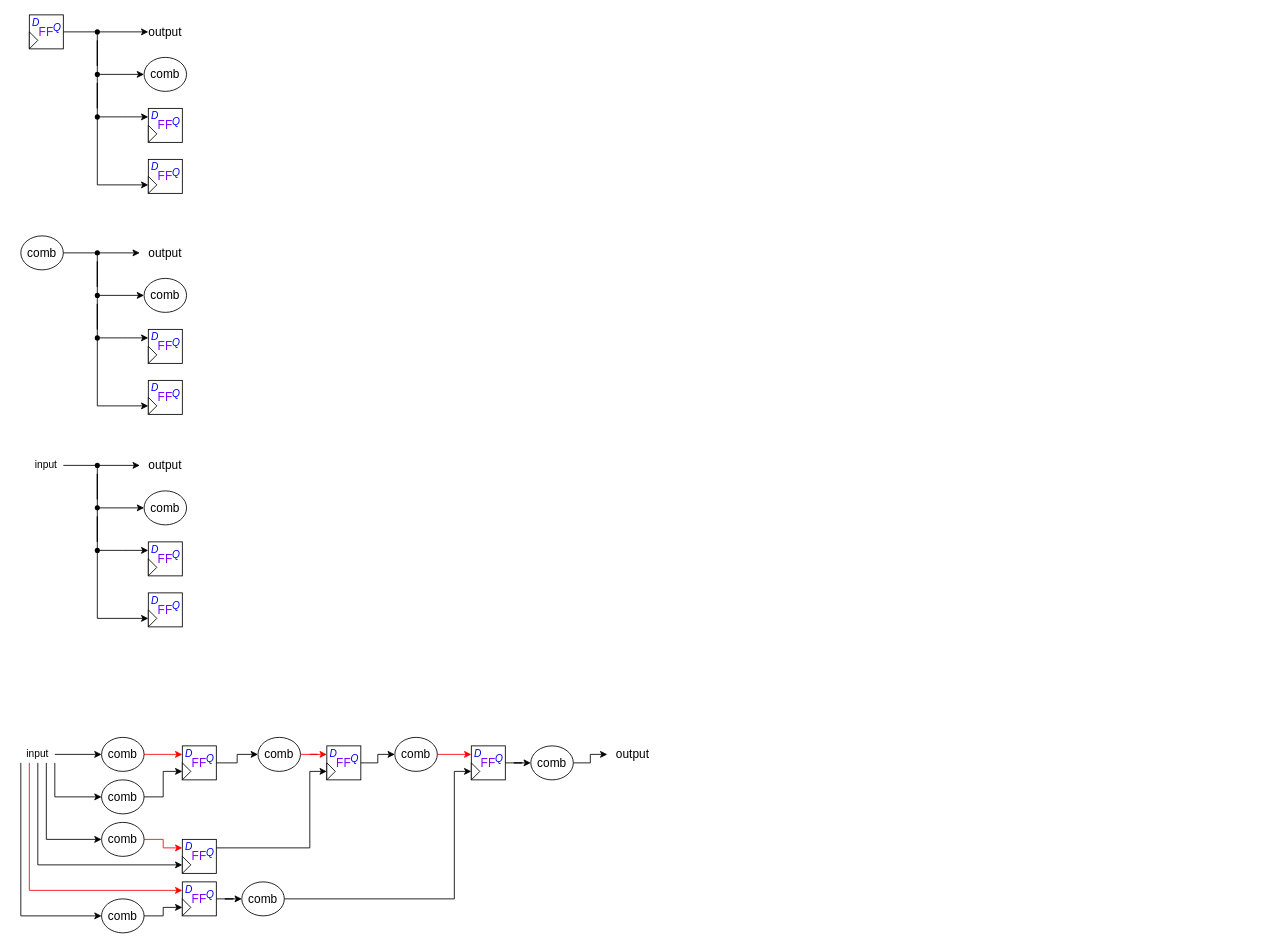
The draw.io diagram verilator_digrams/Emulator_07.drawio in Dercury/CLDK, before the edit. Source tidied: cells renumbered, new cells numbered last; positions are measured from the earlier drawing's top-left corner, leaving out a move shared by most shapes. Both pictures are drawn from the tidied source at 85%, with x=0, y=0 at pixel (20, 14).
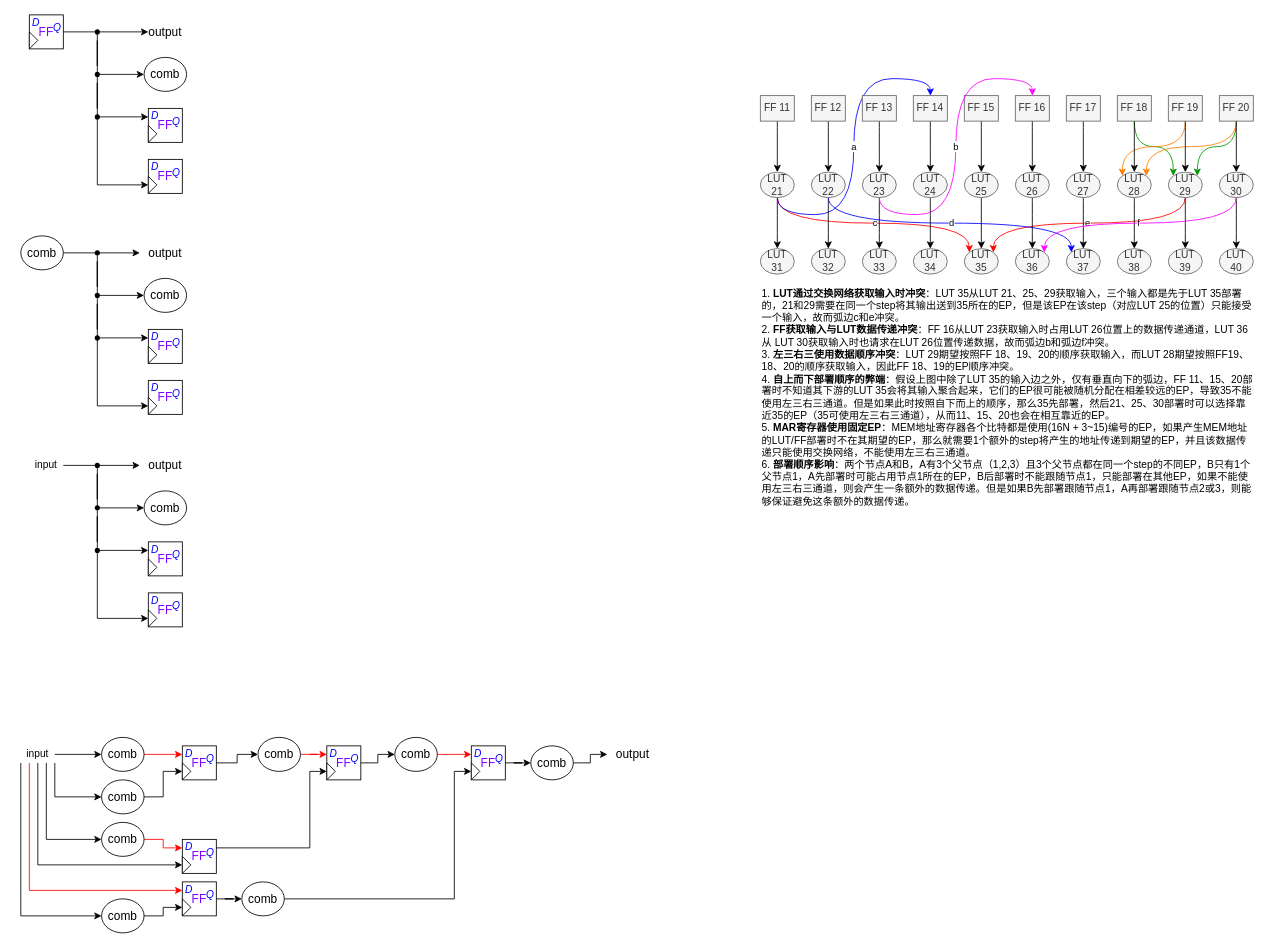
The same page after the edit.

The edit, as a diff of the source:
```diff
@@
+    <mxCell id="129" style="edgeStyle=orthogonalEdgeStyle;curved=1;rounded=0;jettySize=auto;html=1;exitX=0.5;exitY=1;exitDx=0;exitDy=0;" parent="1" edge="1" source="156" target="179">
+      <mxGeometry relative="1" as="geometry" />
+    </mxCell>
+    <mxCell id="130" value="e" style="edgeStyle=orthogonalEdgeStyle;curved=1;rounded=0;jettySize=auto;html=1;entryX=1;entryY=0;entryDx=0;entryDy=0;exitX=0.5;exitY=1;exitDx=0;exitDy=0;strokeColor=#FF0000;" parent="1" edge="1" source="173" target="179">
+      <mxGeometry relative="1" as="geometry" />
+    </mxCell>
+    <mxCell id="131" value="c" style="edgeStyle=orthogonalEdgeStyle;rounded=0;jettySize=auto;html=1;entryX=0;entryY=0;entryDx=0;entryDy=0;curved=1;exitX=0.5;exitY=1;exitDx=0;exitDy=0;strokeColor=#FF0000;" parent="1" edge="1" source="136" target="179">
+      <mxGeometry relative="1" as="geometry" />
+    </mxCell>
+    <mxCell id="132" style="edgeStyle=orthogonalEdgeStyle;curved=1;rounded=0;jettySize=auto;html=1;" parent="1" edge="1" source="133" target="136">
+      <mxGeometry relative="1" as="geometry" />
+    </mxCell>
+    <mxCell id="133" value="FF 11" style="text;whiteSpace=wrap;html=1;align=center;verticalAlign=middle;rounded=0;fillColor=#f5f5f5;fontColor=#333333;strokeColor=#666666;" parent="1" vertex="1">
+      <mxGeometry x="870" y="95" width="40" height="30" as="geometry" />
+    </mxCell>
+    <mxCell id="134" style="edgeStyle=orthogonalEdgeStyle;curved=1;rounded=0;jettySize=auto;html=1;strokeColor=#000000;" parent="1" edge="1" source="136" target="180">
+      <mxGeometry relative="1" as="geometry" />
+    </mxCell>
+    <mxCell id="135" value="a" style="edgeStyle=orthogonalEdgeStyle;curved=1;rounded=0;jettySize=auto;html=1;entryX=0.5;entryY=0;entryDx=0;entryDy=0;strokeColor=#0000FF;exitX=0.5;exitY=1;exitDx=0;exitDy=0;" parent="1" edge="1" source="136" target="149">
+      <mxGeometry relative="1" as="geometry" />
+    </mxCell>
+    <mxCell id="136" value="LUT 21" style="ellipse;whiteSpace=wrap;html=1;fillColor=#f5f5f5;strokeColor=#666666;fontColor=#333333;gradientColor=none;rounded=0;" parent="1" vertex="1">
+      <mxGeometry x="870" y="185" width="40" height="30" as="geometry" />
+    </mxCell>
+    <mxCell id="137" style="edgeStyle=orthogonalEdgeStyle;curved=1;rounded=0;jettySize=auto;html=1;" parent="1" edge="1" source="138" target="142">
+      <mxGeometry relative="1" as="geometry" />
+    </mxCell>
+    <mxCell id="138" value="FF 12" style="text;whiteSpace=wrap;html=1;align=center;verticalAlign=middle;rounded=0;fillColor=#f5f5f5;fontColor=#333333;strokeColor=#666666;" parent="1" vertex="1">
+      <mxGeometry x="930" y="95" width="40" height="30" as="geometry" />
+    </mxCell>
+    <mxCell id="139" style="edgeStyle=orthogonalEdgeStyle;curved=1;rounded=0;jettySize=auto;html=1;strokeColor=#000000;" parent="1" edge="1" source="142" target="181">
+      <mxGeometry relative="1" as="geometry" />
+    </mxCell>
+    <mxCell id="140" style="edgeStyle=orthogonalEdgeStyle;curved=1;rounded=0;jettySize=auto;html=1;entryX=0;entryY=0;entryDx=0;entryDy=0;strokeColor=#009900;exitX=0.5;exitY=1;exitDx=0;exitDy=0;" parent="1" edge="1" source="166" target="173">
+      <mxGeometry relative="1" as="geometry" />
+    </mxCell>
+    <mxCell id="141" value="d" style="edgeStyle=orthogonalEdgeStyle;curved=1;rounded=0;jettySize=auto;html=1;entryX=0;entryY=0;entryDx=0;entryDy=0;strokeColor=#0000FF;exitX=0.5;exitY=1;exitDx=0;exitDy=0;" parent="1" edge="1" source="142" target="185">
+      <mxGeometry relative="1" as="geometry" />
+    </mxCell>
+    <mxCell id="142" value="LUT 22" style="ellipse;whiteSpace=wrap;html=1;fillColor=#f5f5f5;strokeColor=#666666;fontColor=#333333;gradientColor=none;rounded=0;" parent="1" vertex="1">
+      <mxGeometry x="930" y="185" width="40" height="30" as="geometry" />
+    </mxCell>
+    <mxCell id="143" style="edgeStyle=orthogonalEdgeStyle;curved=1;rounded=0;jettySize=auto;html=1;" parent="1" edge="1" source="144" target="147">
+      <mxGeometry relative="1" as="geometry" />
+    </mxCell>
+    <mxCell id="144" value="FF 13" style="text;whiteSpace=wrap;html=1;align=center;verticalAlign=middle;rounded=0;fillColor=#f5f5f5;fontColor=#333333;strokeColor=#666666;" parent="1" vertex="1">
+      <mxGeometry x="990" y="95" width="40" height="30" as="geometry" />
+    </mxCell>
+    <mxCell id="145" style="edgeStyle=orthogonalEdgeStyle;curved=1;rounded=0;jettySize=auto;html=1;strokeColor=#000000;" parent="1" edge="1" source="147" target="182">
+      <mxGeometry relative="1" as="geometry" />
+    </mxCell>
+    <mxCell id="146" style="edgeStyle=orthogonalEdgeStyle;curved=1;rounded=0;jettySize=auto;html=1;entryX=0;entryY=0;entryDx=0;entryDy=0;strokeColor=#FF8000;exitX=0.5;exitY=1;exitDx=0;exitDy=0;" parent="1" edge="1" source="170" target="168">
+      <mxGeometry relative="1" as="geometry" />
+    </mxCell>
+    <mxCell id="147" value="LUT 23" style="ellipse;whiteSpace=wrap;html=1;fillColor=#f5f5f5;strokeColor=#666666;fontColor=#333333;gradientColor=none;rounded=0;" parent="1" vertex="1">
+      <mxGeometry x="990" y="185" width="40" height="30" as="geometry" />
+    </mxCell>
+    <mxCell id="148" style="edgeStyle=orthogonalEdgeStyle;curved=1;rounded=0;jettySize=auto;html=1;" parent="1" edge="1" source="149" target="153">
+      <mxGeometry relative="1" as="geometry" />
+    </mxCell>
+    <mxCell id="149" value="FF 14" style="text;whiteSpace=wrap;html=1;align=center;verticalAlign=middle;rounded=0;fillColor=#f5f5f5;fontColor=#333333;strokeColor=#666666;" parent="1" vertex="1">
+      <mxGeometry x="1050" y="95" width="40" height="30" as="geometry" />
+    </mxCell>
+    <mxCell id="150" style="edgeStyle=orthogonalEdgeStyle;curved=1;rounded=0;jettySize=auto;html=1;strokeColor=#000000;" parent="1" edge="1" source="153" target="183">
+      <mxGeometry relative="1" as="geometry" />
+    </mxCell>
+    <mxCell id="151" style="edgeStyle=orthogonalEdgeStyle;curved=1;rounded=0;jettySize=auto;html=1;exitX=0.5;exitY=1;exitDx=0;exitDy=0;entryX=1;entryY=0;entryDx=0;entryDy=0;strokeColor=#009900;" parent="1" edge="1" source="175" target="173">
+      <mxGeometry relative="1" as="geometry" />
+    </mxCell>
+    <mxCell id="152" style="edgeStyle=orthogonalEdgeStyle;curved=1;rounded=0;jettySize=auto;html=1;entryX=1;entryY=0;entryDx=0;entryDy=0;strokeColor=#FF8000;exitX=0.5;exitY=1;exitDx=0;exitDy=0;" parent="1" edge="1" source="175" target="168">
+      <mxGeometry relative="1" as="geometry" />
+    </mxCell>
+    <mxCell id="153" value="LUT 24" style="ellipse;whiteSpace=wrap;html=1;fillColor=#f5f5f5;strokeColor=#666666;fontColor=#333333;gradientColor=none;rounded=0;" parent="1" vertex="1">
+      <mxGeometry x="1050" y="185" width="40" height="30" as="geometry" />
+    </mxCell>
+    <mxCell id="154" style="edgeStyle=orthogonalEdgeStyle;curved=1;rounded=0;jettySize=auto;html=1;" parent="1" edge="1" source="155" target="156">
+      <mxGeometry relative="1" as="geometry" />
+    </mxCell>
+    <mxCell id="155" value="FF 15" style="text;whiteSpace=wrap;html=1;align=center;verticalAlign=middle;rounded=0;fillColor=#f5f5f5;fontColor=#333333;strokeColor=#666666;" parent="1" vertex="1">
+      <mxGeometry x="1110" y="95" width="40" height="30" as="geometry" />
+    </mxCell>
+    <mxCell id="156" value="LUT 25" style="ellipse;whiteSpace=wrap;html=1;fillColor=#f5f5f5;strokeColor=#666666;fontColor=#333333;gradientColor=none;rounded=0;" parent="1" vertex="1">
+      <mxGeometry x="1110" y="185" width="40" height="30" as="geometry" />
+    </mxCell>
+    <mxCell id="157" style="edgeStyle=orthogonalEdgeStyle;curved=1;rounded=0;jettySize=auto;html=1;" parent="1" edge="1" source="158" target="160">
+      <mxGeometry relative="1" as="geometry" />
+    </mxCell>
+    <mxCell id="158" value="FF 16" style="text;whiteSpace=wrap;html=1;align=center;verticalAlign=middle;rounded=0;fillColor=#f5f5f5;fontColor=#333333;strokeColor=#666666;" parent="1" vertex="1">
+      <mxGeometry x="1170" y="95" width="40" height="30" as="geometry" />
+    </mxCell>
+    <mxCell id="159" style="edgeStyle=orthogonalEdgeStyle;curved=1;rounded=0;jettySize=auto;html=1;strokeColor=#000000;" parent="1" edge="1" source="160" target="184">
+      <mxGeometry relative="1" as="geometry" />
+    </mxCell>
+    <mxCell id="160" value="LUT 26" style="ellipse;whiteSpace=wrap;html=1;fillColor=#f5f5f5;strokeColor=#666666;fontColor=#333333;gradientColor=none;rounded=0;" parent="1" vertex="1">
+      <mxGeometry x="1170" y="185" width="40" height="30" as="geometry" />
+    </mxCell>
+    <mxCell id="161" style="edgeStyle=orthogonalEdgeStyle;curved=1;rounded=0;jettySize=auto;html=1;" parent="1" edge="1" source="162" target="164">
+      <mxGeometry relative="1" as="geometry" />
+    </mxCell>
+    <mxCell id="162" value="FF 17" style="text;whiteSpace=wrap;html=1;align=center;verticalAlign=middle;rounded=0;fillColor=#f5f5f5;fontColor=#333333;strokeColor=#666666;" parent="1" vertex="1">
+      <mxGeometry x="1230" y="95" width="40" height="30" as="geometry" />
+    </mxCell>
+    <mxCell id="163" style="edgeStyle=orthogonalEdgeStyle;curved=1;rounded=0;jettySize=auto;html=1;entryX=0.5;entryY=0;entryDx=0;entryDy=0;strokeColor=#000000;" parent="1" edge="1" source="164" target="185">
+      <mxGeometry relative="1" as="geometry" />
+    </mxCell>
+    <mxCell id="164" value="LUT 27" style="ellipse;whiteSpace=wrap;html=1;fillColor=#f5f5f5;strokeColor=#666666;fontColor=#333333;gradientColor=none;rounded=0;" parent="1" vertex="1">
+      <mxGeometry x="1230" y="185" width="40" height="30" as="geometry" />
+    </mxCell>
+    <mxCell id="165" style="edgeStyle=orthogonalEdgeStyle;curved=1;rounded=0;jettySize=auto;html=1;" parent="1" edge="1" source="166" target="168">
+      <mxGeometry relative="1" as="geometry" />
+    </mxCell>
+    <mxCell id="166" value="FF 18" style="text;whiteSpace=wrap;html=1;align=center;verticalAlign=middle;rounded=0;fillColor=#f5f5f5;fontColor=#333333;strokeColor=#666666;" parent="1" vertex="1">
+      <mxGeometry x="1290" y="95" width="40" height="30" as="geometry" />
+    </mxCell>
+    <mxCell id="167" style="edgeStyle=orthogonalEdgeStyle;curved=1;rounded=0;jettySize=auto;html=1;strokeColor=#000000;" parent="1" edge="1" source="168" target="186">
+      <mxGeometry relative="1" as="geometry" />
+    </mxCell>
+    <mxCell id="168" value="LUT 28" style="ellipse;whiteSpace=wrap;html=1;fillColor=#f5f5f5;strokeColor=#666666;fontColor=#333333;gradientColor=none;rounded=0;" parent="1" vertex="1">
+      <mxGeometry x="1290" y="185" width="40" height="30" as="geometry" />
+    </mxCell>
+    <mxCell id="169" style="edgeStyle=orthogonalEdgeStyle;curved=1;rounded=0;jettySize=auto;html=1;" parent="1" edge="1" source="170" target="173">
+      <mxGeometry relative="1" as="geometry" />
+    </mxCell>
+    <mxCell id="170" value="FF 19" style="text;whiteSpace=wrap;html=1;align=center;verticalAlign=middle;rounded=0;fillColor=#f5f5f5;fontColor=#333333;strokeColor=#666666;" parent="1" vertex="1">
+      <mxGeometry x="1350" y="95" width="40" height="30" as="geometry" />
+    </mxCell>
+    <mxCell id="171" value="b" style="edgeStyle=orthogonalEdgeStyle;curved=1;rounded=0;jettySize=auto;html=1;entryX=0.5;entryY=0;entryDx=0;entryDy=0;exitX=0.5;exitY=1;exitDx=0;exitDy=0;strokeColor=#FF00FF;" parent="1" edge="1" source="147" target="158">
+      <mxGeometry relative="1" as="geometry" />
+    </mxCell>
+    <mxCell id="172" style="edgeStyle=orthogonalEdgeStyle;curved=1;rounded=0;jettySize=auto;html=1;strokeColor=#000000;" parent="1" edge="1" source="173" target="187">
+      <mxGeometry relative="1" as="geometry" />
+    </mxCell>
+    <mxCell id="173" value="LUT 29" style="ellipse;whiteSpace=wrap;html=1;fillColor=#f5f5f5;strokeColor=#666666;fontColor=#333333;gradientColor=none;rounded=0;" parent="1" vertex="1">
+      <mxGeometry x="1350" y="185" width="40" height="30" as="geometry" />
+    </mxCell>
+    <mxCell id="174" style="edgeStyle=orthogonalEdgeStyle;curved=1;rounded=0;jettySize=auto;html=1;" parent="1" edge="1" source="175" target="178">
+      <mxGeometry relative="1" as="geometry" />
+    </mxCell>
+    <mxCell id="175" value="FF 20" style="text;whiteSpace=wrap;html=1;align=center;verticalAlign=middle;rounded=0;fillColor=#f5f5f5;fontColor=#333333;strokeColor=#666666;" parent="1" vertex="1">
+      <mxGeometry x="1410" y="95" width="40" height="30" as="geometry" />
+    </mxCell>
+    <mxCell id="176" style="edgeStyle=orthogonalEdgeStyle;curved=1;rounded=0;jettySize=auto;html=1;strokeColor=#000000;" parent="1" edge="1" source="178" target="188">
+      <mxGeometry relative="1" as="geometry" />
+    </mxCell>
+    <mxCell id="177" value="f" style="edgeStyle=orthogonalEdgeStyle;curved=1;rounded=0;jettySize=auto;html=1;entryX=1;entryY=0;entryDx=0;entryDy=0;strokeColor=#FF00FF;exitX=0.5;exitY=1;exitDx=0;exitDy=0;" parent="1" edge="1" source="178" target="184">
+      <mxGeometry relative="1" as="geometry" />
+    </mxCell>
+    <mxCell id="178" value="LUT 30" style="ellipse;whiteSpace=wrap;html=1;fillColor=#f5f5f5;strokeColor=#666666;fontColor=#333333;gradientColor=none;rounded=0;" parent="1" vertex="1">
+      <mxGeometry x="1410" y="185" width="40" height="30" as="geometry" />
+    </mxCell>
+    <mxCell id="179" value="LUT 35" style="ellipse;whiteSpace=wrap;html=1;fillColor=#f5f5f5;strokeColor=#666666;fontColor=#333333;gradientColor=none;rounded=0;" parent="1" vertex="1">
+      <mxGeometry x="1110" y="275" width="40" height="30" as="geometry" />
+    </mxCell>
+    <mxCell id="180" value="LUT 31" style="ellipse;whiteSpace=wrap;html=1;fillColor=#f5f5f5;strokeColor=#666666;fontColor=#333333;gradientColor=none;rounded=0;" parent="1" vertex="1">
+      <mxGeometry x="870" y="275" width="40" height="30" as="geometry" />
+    </mxCell>
+    <mxCell id="181" value="LUT 32" style="ellipse;whiteSpace=wrap;html=1;fillColor=#f5f5f5;strokeColor=#666666;fontColor=#333333;gradientColor=none;rounded=0;" parent="1" vertex="1">
+      <mxGeometry x="930" y="275" width="40" height="30" as="geometry" />
+    </mxCell>
+    <mxCell id="182" value="LUT 33" style="ellipse;whiteSpace=wrap;html=1;fillColor=#f5f5f5;strokeColor=#666666;fontColor=#333333;gradientColor=none;rounded=0;" parent="1" vertex="1">
+      <mxGeometry x="990" y="275" width="40" height="30" as="geometry" />
+    </mxCell>
+    <mxCell id="183" value="LUT 34" style="ellipse;whiteSpace=wrap;html=1;fillColor=#f5f5f5;strokeColor=#666666;fontColor=#333333;gradientColor=none;rounded=0;" parent="1" vertex="1">
+      <mxGeometry x="1050" y="275" width="40" height="30" as="geometry" />
+    </mxCell>
+    <mxCell id="184" value="LUT 36" style="ellipse;whiteSpace=wrap;html=1;fillColor=#f5f5f5;strokeColor=#666666;fontColor=#333333;gradientColor=none;rounded=0;" parent="1" vertex="1">
+      <mxGeometry x="1170" y="275" width="40" height="30" as="geometry" />
+    </mxCell>
+    <mxCell id="185" value="LUT 37" style="ellipse;whiteSpace=wrap;html=1;fillColor=#f5f5f5;strokeColor=#666666;fontColor=#333333;gradientColor=none;rounded=0;" parent="1" vertex="1">
+      <mxGeometry x="1230" y="275" width="40" height="30" as="geometry" />
+    </mxCell>
+    <mxCell id="186" value="LUT 38" style="ellipse;whiteSpace=wrap;html=1;fillColor=#f5f5f5;strokeColor=#666666;fontColor=#333333;gradientColor=none;rounded=0;" parent="1" vertex="1">
+      <mxGeometry x="1290" y="275" width="40" height="30" as="geometry" />
+    </mxCell>
+    <mxCell id="187" value="LUT 39" style="ellipse;whiteSpace=wrap;html=1;fillColor=#f5f5f5;strokeColor=#666666;fontColor=#333333;gradientColor=none;rounded=0;" parent="1" vertex="1">
+      <mxGeometry x="1350" y="275" width="40" height="30" as="geometry" />
+    </mxCell>
+    <mxCell id="188" value="LUT 40" style="ellipse;whiteSpace=wrap;html=1;fillColor=#f5f5f5;strokeColor=#666666;fontColor=#333333;gradientColor=none;rounded=0;" parent="1" vertex="1">
+      <mxGeometry x="1410" y="275" width="40" height="30" as="geometry" />
+    </mxCell>
+    <mxCell id="189" value="1. &lt;b&gt;LUT通过交换网络获取输入时冲突&lt;/b&gt;：LUT 35从LUT 21、25、29获取输入，三个输入都是先于LUT 35部署的，21和29需要在同一个step将其输出送到35所在的EP，但是该EP在该step（对应LUT 25的位置）只能接受一个输入，故而弧边c和e冲突。&lt;br&gt;2. &lt;b&gt;FF获取输入与LUT数据传递冲突&lt;/b&gt;：FF 16从LUT 23获取输入时占用LUT 26位置上的数据传递通道，LUT 36从 LUT 30获取输入时也请求在LUT 26位置传递数据，故而弧边b和弧边f冲突。&lt;br&gt;3. &lt;b&gt;左三右三使用数据顺序冲突&lt;/b&gt;：LUT 29期望按照FF 18、19、20的顺序获取输入，而LUT 28期望按照FF19、18、20的顺序获取输入，因此FF 18、19的EP顺序冲突。&lt;br&gt;4.&amp;nbsp;&lt;b&gt;自上而下部署顺序的弊端&lt;/b&gt;：假设上图中除了LUT 35的输入边之外，仅有垂直向下的弧边，FF 11、15、20部署时不知道其下游的LUT 35会将其输入聚合起来，它们的EP很可能被随机分配在相差较远的EP，导致35不能使用左三右三通道。但是如果此时按照自下而上的顺序，那么35先部署，然后21、25、30部署时可以选择靠近35的EP（35可使用左三右三通道），从而11、15、20也会在相互靠近的EP。&lt;br&gt;5. &lt;b&gt;MAR寄存器使用固定EP&lt;/b&gt;：MEM地址寄存器各个比特都是使用(16N + 3~15)编号的EP，如果产生MEM地址的LUT/FF部署时不在其期望的EP，那么就需要1个额外的step将产生的地址传递到期望的EP，并且该数据传递只能使用交换网络，不能使用左三右三通道。&lt;br&gt;6. &lt;b&gt;部署顺序影响&lt;/b&gt;：两个节点A和B，A有3个父节点（1,2,3）且3个父节点都在同一个step的不同EP，B只有1个父节点1，A先部署时可能占用节点1所在的EP，B后部署时不能跟随节点1，只能部署在其他EP，如果不能使用左三右三通道，则会产生一条额外的数据传递。但是如果B先部署跟随节点1，A再部署跟随节点2或3，则能够保证避免这条额外的数据传递。" style="text;html=1;strokeColor=none;fillColor=none;align=left;verticalAlign=middle;whiteSpace=wrap;rounded=0;fontFamily=Helvetica;" parent="1" vertex="1">
+      <mxGeometry x="870" y="315" width="580" height="270" as="geometry" />
+    </mxCell>
```
